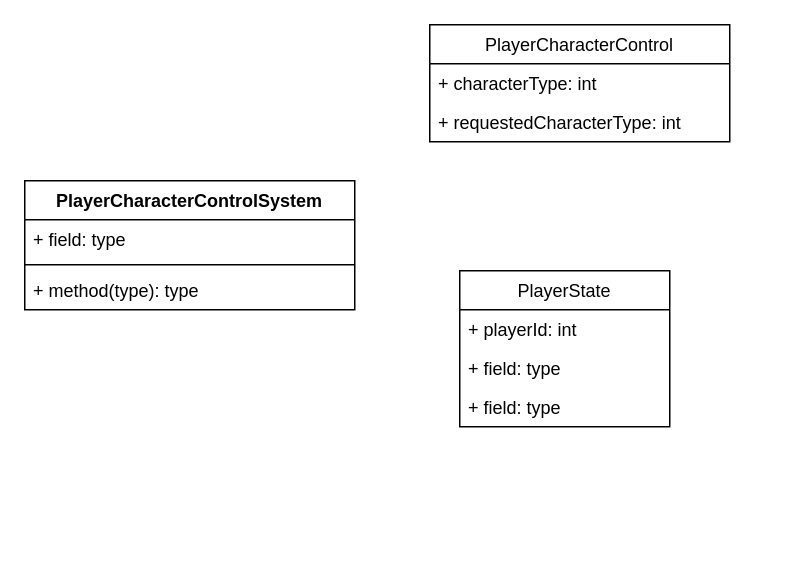
Above: Untitled Diagram.drawio in yulingjie/FPS (draw.io), before the change. Source tidied: cells renumbered, new cells numbered last; positions are measured from the earlier drawing's top-left corner, leaving out a move shared by most shapes. Both pictures are drawn from the tidied source at 150%, with x=0, y=0 at pixel (24, 24).
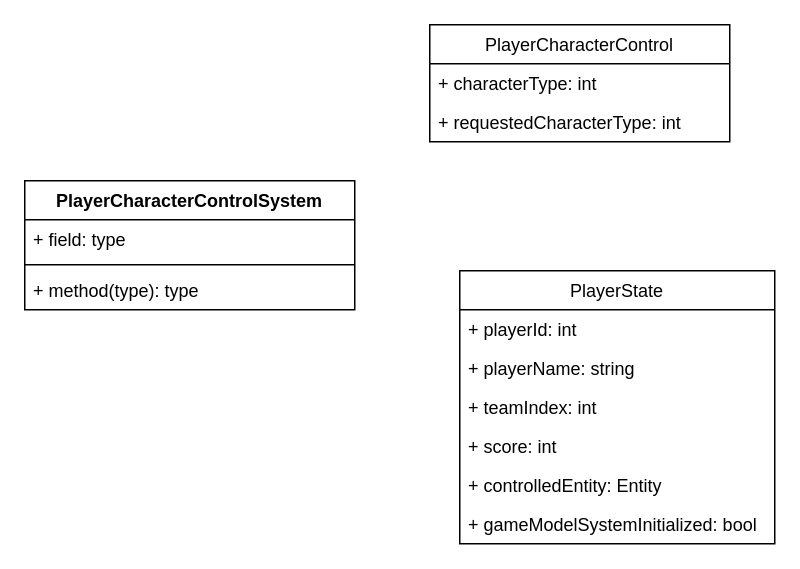
Above is the later version.

The edit, as a diff of the source:
```diff
@@
 <mxGraphModel>
   <root>
     <mxCell id="0" />
     <mxCell id="1" parent="0" />
     <mxCell id="2" value="PlayerCharacterControlSystem&#10;" style="swimlane;fontStyle=1;align=center;verticalAlign=top;horizontal=1;startSize=26;" parent="1" vertex="1">
       <mxGeometry y="104" width="220" height="86" as="geometry" />
     </mxCell>
     <mxCell id="3" value="+ field: type" style="text;strokeColor=none;fillColor=none;align=left;verticalAlign=top;spacingLeft=4;spacingRight=4;overflow=hidden;" parent="2" vertex="1">
       <mxGeometry y="26" width="220" height="26" as="geometry" />
     </mxCell>
     <mxCell id="4" style="line;strokeWidth=1;fillColor=none;align=left;verticalAlign=middle;spacingTop=-1;spacingLeft=3;spacingRight=3;labelPosition=right;" parent="2" vertex="1">
       <mxGeometry y="52" width="220" height="8" as="geometry" />
     </mxCell>
     <mxCell id="5" value="+ method(type): type" style="text;strokeColor=none;fillColor=none;align=left;verticalAlign=top;spacingLeft=4;spacingRight=4;overflow=hidden;" parent="2" vertex="1">
       <mxGeometry y="60" width="220" height="26" as="geometry" />
     </mxCell>
     <mxCell id="6" value="PlayerCharacterControl" style="swimlane;fontStyle=0;horizontal=1;startSize=26;fillColor=none;" parent="1" vertex="1">
       <mxGeometry x="270" width="200" height="78" as="geometry" />
     </mxCell>
     <mxCell id="7" value="+ characterType: int" style="text;strokeColor=none;fillColor=none;align=left;verticalAlign=top;spacingLeft=4;spacingRight=4;overflow=hidden;" parent="6" vertex="1">
       <mxGeometry y="26" width="200" height="26" as="geometry" />
     </mxCell>
     <mxCell id="8" value="+ requestedCharacterType: int" style="text;strokeColor=none;fillColor=none;align=left;verticalAlign=top;spacingLeft=4;spacingRight=4;overflow=hidden;" parent="6" vertex="1">
       <mxGeometry y="52" width="200" height="26" as="geometry" />
     </mxCell>
     <mxCell id="9" value="PlayerState" style="swimlane;fontStyle=0;horizontal=1;startSize=26;fillColor=none;" parent="1" vertex="1">
-      <mxGeometry x="290" y="164" width="140" height="104" as="geometry" />
+      <mxGeometry x="290" y="164" width="210" height="182" as="geometry" />
     </mxCell>
     <mxCell id="10" value="+ playerId: int" style="text;strokeColor=none;fillColor=none;align=left;verticalAlign=top;spacingLeft=4;spacingRight=4;overflow=hidden;" parent="9" vertex="1">
-      <mxGeometry y="26" width="140" height="26" as="geometry" />
+      <mxGeometry y="26" width="210" height="26" as="geometry" />
     </mxCell>
-    <mxCell id="11" value="+ field: type" style="text;strokeColor=none;fillColor=none;align=left;verticalAlign=top;spacingLeft=4;spacingRight=4;overflow=hidden;" parent="9" vertex="1">
-      <mxGeometry y="52" width="140" height="26" as="geometry" />
+    <mxCell id="11" value="+ playerName: string" style="text;strokeColor=none;fillColor=none;align=left;verticalAlign=top;spacingLeft=4;spacingRight=4;overflow=hidden;" parent="9" vertex="1">
+      <mxGeometry y="52" width="210" height="26" as="geometry" />
     </mxCell>
-    <mxCell id="12" value="+ field: type" style="text;strokeColor=none;fillColor=none;align=left;verticalAlign=top;spacingLeft=4;spacingRight=4;overflow=hidden;" parent="9" vertex="1">
-      <mxGeometry y="78" width="140" height="26" as="geometry" />
+    <mxCell id="12" value="+ teamIndex: int" style="text;strokeColor=none;fillColor=none;align=left;verticalAlign=top;spacingLeft=4;spacingRight=4;overflow=hidden;" parent="9" vertex="1">
+      <mxGeometry y="78" width="210" height="26" as="geometry" />
     </mxCell>
+    <mxCell id="13" value="+ score: int" style="text;strokeColor=none;fillColor=none;align=left;verticalAlign=top;spacingLeft=4;spacingRight=4;overflow=hidden;" parent="9" vertex="1">
+      <mxGeometry y="104" width="210" height="26" as="geometry" />
+    </mxCell>
+    <mxCell id="14" value="+ controlledEntity: Entity" style="text;strokeColor=none;fillColor=none;align=left;verticalAlign=top;spacingLeft=4;spacingRight=4;overflow=hidden;" parent="9" vertex="1">
+      <mxGeometry y="130" width="210" height="26" as="geometry" />
+    </mxCell>
+    <mxCell id="15" value="+ gameModelSystemInitialized: bool" style="text;strokeColor=none;fillColor=none;align=left;verticalAlign=top;spacingLeft=4;spacingRight=4;overflow=hidden;" parent="9" vertex="1">
+      <mxGeometry y="156" width="210" height="26" as="geometry" />
+    </mxCell>
   </root>
 </mxGraphModel>
```
